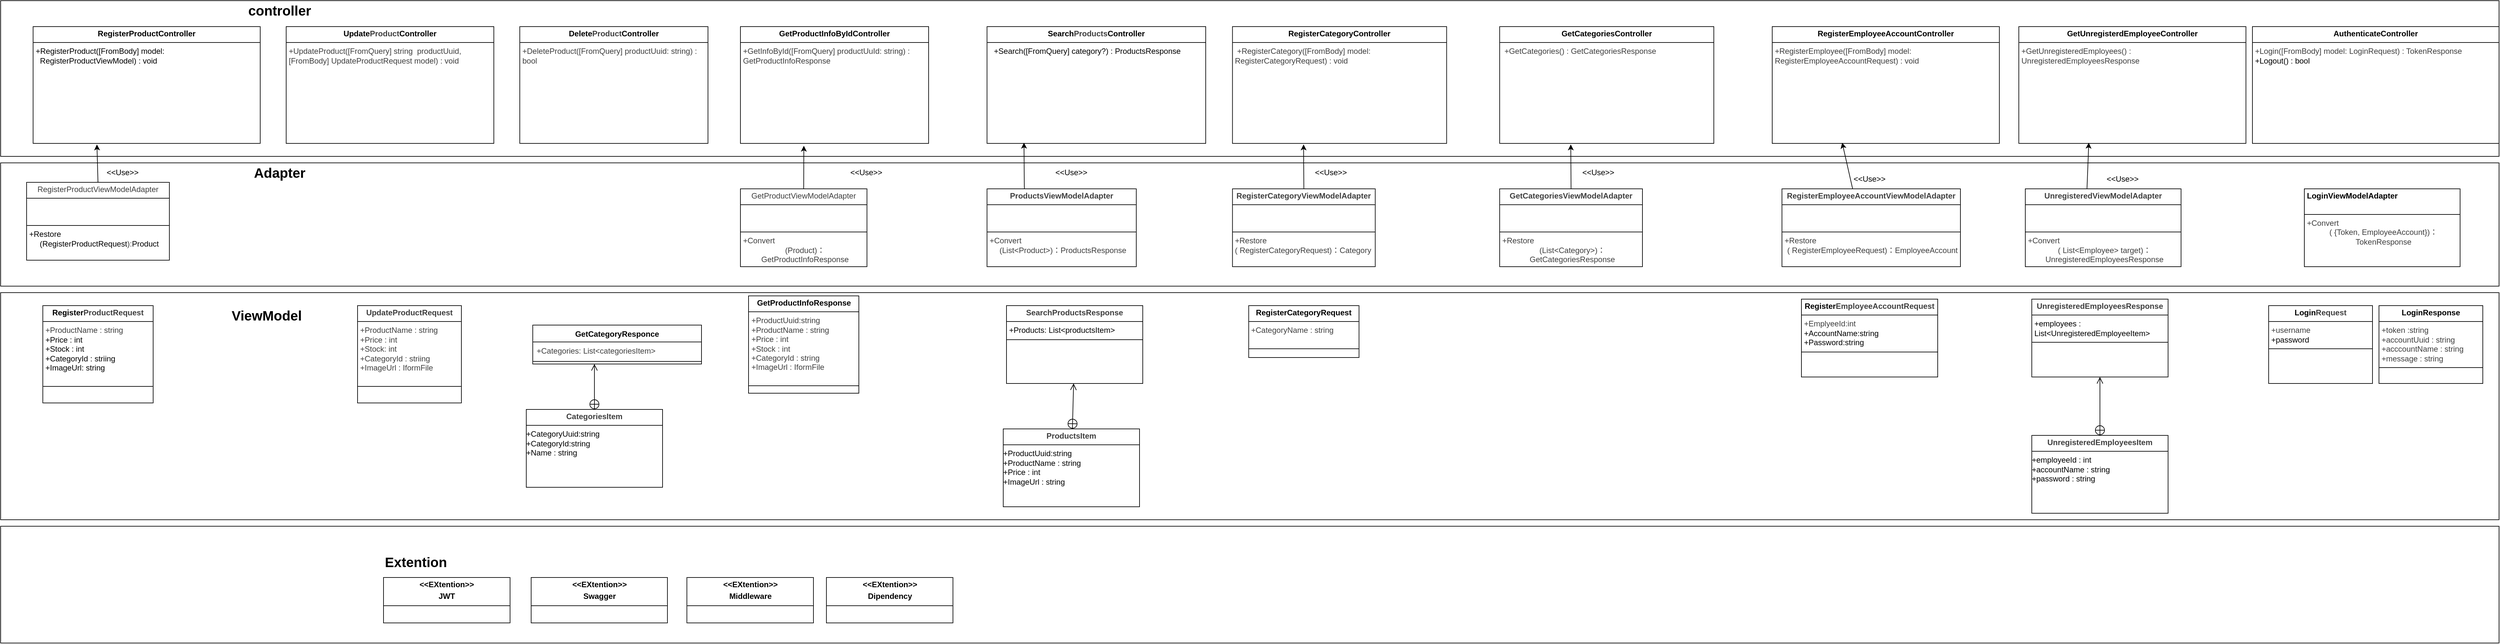
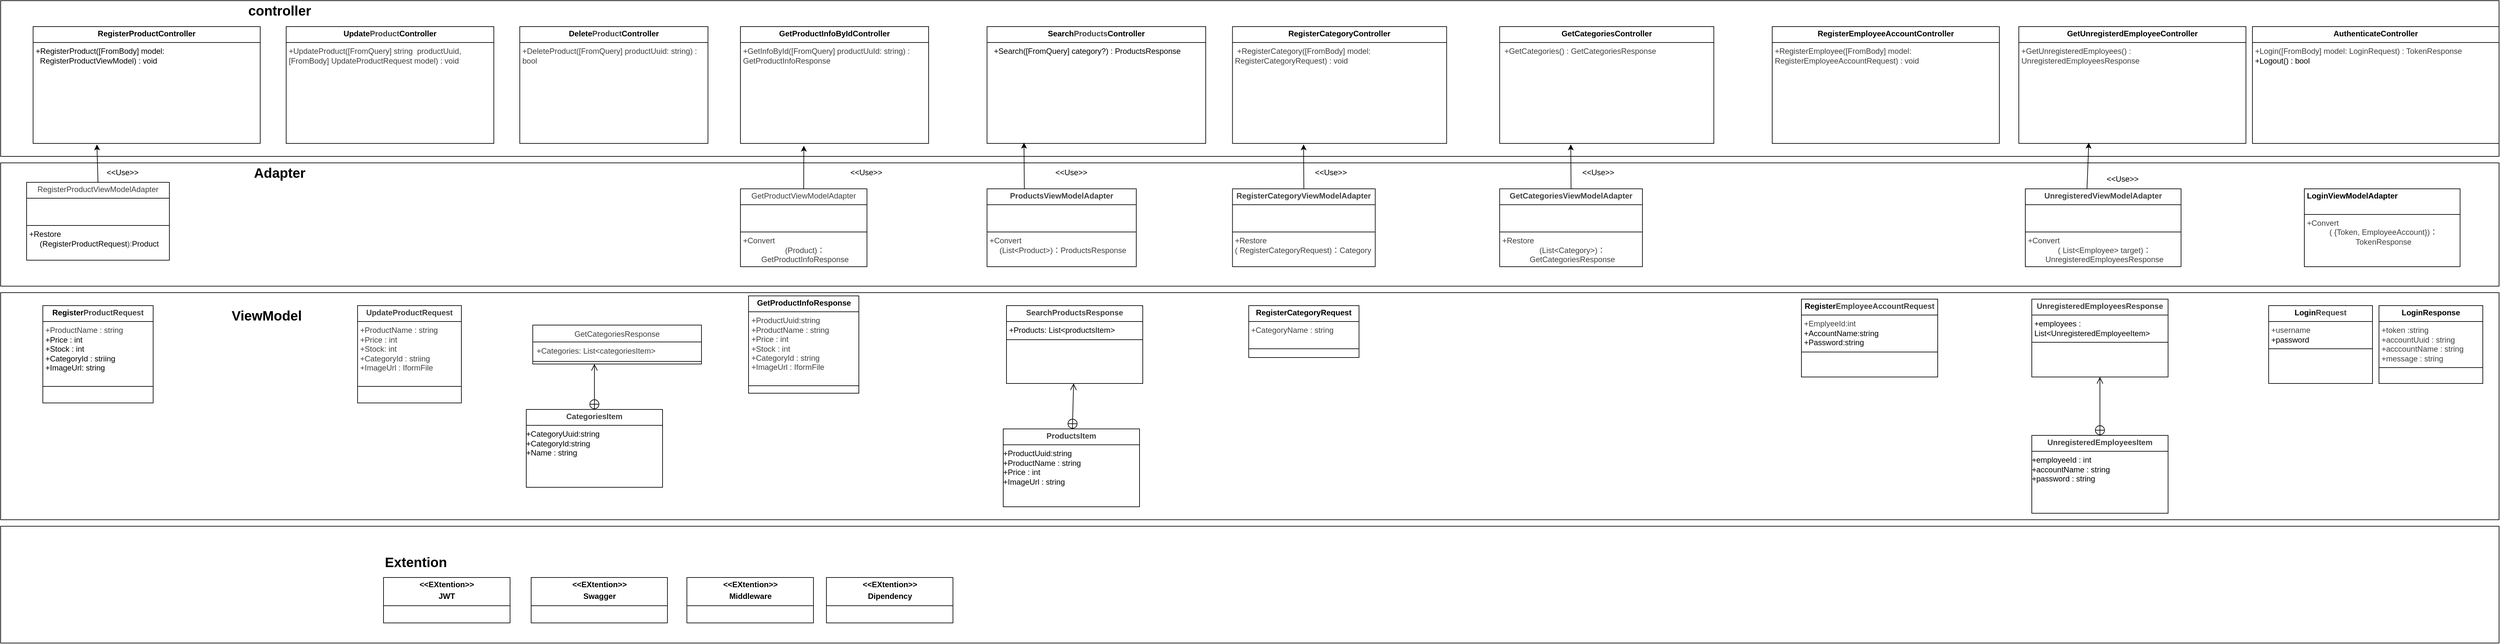
<mxfile host="65bd71144e">
    <diagram id="EApjV0AEF5bl3lN2ML2e" name="ページ1">
-         <mxGraphModel dx="2854" dy="794" grid="1" gridSize="10" guides="1" tooltips="1" connect="1" arrows="1" fold="1" page="1" pageScale="1" pageWidth="827" pageHeight="1169" math="0" shadow="0">
+         <mxGraphModel dx="2046" dy="498" grid="1" gridSize="10" guides="1" tooltips="1" connect="1" arrows="1" fold="1" page="1" pageScale="1" pageWidth="827" pageHeight="1169" math="0" shadow="0">
            <root>
                <mxCell id="0"/>
                <mxCell id="1" parent="0"/>
                <mxCell id="115" value="" style="rounded=0;whiteSpace=wrap;html=1;" parent="1" vertex="1">
                    <mxGeometry x="-1030" y="1640" width="3850" height="180" as="geometry"/>
                </mxCell>
                <mxCell id="110" value="" style="rounded=0;whiteSpace=wrap;html=1;" parent="1" vertex="1">
                    <mxGeometry x="-1030" y="1280" width="3850" height="350" as="geometry"/>
                </mxCell>
                <mxCell id="108" value="" style="rounded=0;whiteSpace=wrap;html=1;" parent="1" vertex="1">
                    <mxGeometry x="-1030" y="830" width="3850" height="240" as="geometry"/>
                </mxCell>
                <mxCell id="66" value="" style="rounded=0;whiteSpace=wrap;html=1;" parent="1" vertex="1">
                    <mxGeometry x="-1030" y="1080" width="3850" height="190" as="geometry"/>
                </mxCell>
                <mxCell id="2" value="&lt;p style=&quot;margin:0px;margin-top:4px;text-align:center;&quot;&gt;&lt;b&gt;RegisterProductController&lt;/b&gt;&lt;/p&gt;&lt;hr size=&quot;1&quot; style=&quot;border-style:solid;&quot;&gt;&lt;p style=&quot;margin:0px;margin-left:4px;&quot;&gt;+RegisterProduct([FromBody] model:&amp;nbsp; &amp;nbsp;&amp;nbsp;&lt;/p&gt;&lt;p style=&quot;margin:0px;margin-left:4px;&quot;&gt;&amp;nbsp; RegisterProductViewModel) : void&lt;/p&gt;&lt;div&gt;&lt;br&gt;&lt;/div&gt;" style="verticalAlign=top;align=left;overflow=fill;html=1;whiteSpace=wrap;" parent="1" vertex="1">
                    <mxGeometry x="-980" y="870" width="350" height="180" as="geometry"/>
                </mxCell>
                <mxCell id="3" value="&lt;p style=&quot;margin:0px;margin-top:4px;text-align:center;&quot;&gt;&lt;b&gt;Register&lt;span style=&quot;color: rgb(63, 63, 63);&quot;&gt;ProductRequest&lt;/span&gt;&lt;/b&gt;&lt;/p&gt;&lt;hr size=&quot;1&quot; style=&quot;border-style:solid;&quot;&gt;&lt;p style=&quot;margin:0px;margin-left:4px;&quot;&gt;&lt;span style=&quot;color: rgb(63, 63, 63); background-color: transparent;&quot;&gt;+ProductName : string&lt;/span&gt;&lt;/p&gt;&lt;p style=&quot;margin:0px;margin-left:4px;&quot;&gt;+Price : int&lt;/p&gt;&lt;p style=&quot;margin:0px;margin-left:4px;&quot;&gt;+Stock : int&lt;/p&gt;&lt;p style=&quot;margin:0px;margin-left:4px;&quot;&gt;+CategoryId : striing&lt;/p&gt;&lt;p style=&quot;margin:0px;margin-left:4px;&quot;&gt;+ImageUrl: string&lt;/p&gt;&lt;p style=&quot;margin:0px;margin-left:4px;&quot;&gt;&lt;br&gt;&lt;/p&gt;&lt;hr size=&quot;1&quot; style=&quot;border-style:solid;&quot;&gt;&lt;p style=&quot;margin:0px;margin-left:4px;&quot;&gt;&lt;br&gt;&lt;/p&gt;" style="verticalAlign=top;align=left;overflow=fill;html=1;whiteSpace=wrap;" parent="1" vertex="1">
                    <mxGeometry x="-965" y="1300" width="170" height="150" as="geometry"/>
                </mxCell>
                <mxCell id="4" value="&lt;p style=&quot;margin:0px;margin-top:4px;text-align:center;&quot;&gt;&lt;span style=&quot;color: rgb(63, 63, 63); background-color: transparent;&quot;&gt;Register&lt;span style=&quot;color: rgb(63, 63, 63); scrollbar-color: rgb(226, 226, 226) rgb(251, 251, 251);&quot;&gt;Product&lt;/span&gt;ViewModelAdapter&lt;/span&gt;&lt;/p&gt;&lt;hr size=&quot;1&quot; style=&quot;border-style:solid;&quot;&gt;&lt;p style=&quot;margin:0px;margin-left:4px;&quot;&gt;&lt;br&gt;&lt;/p&gt;&lt;p style=&quot;margin:0px;margin-left:4px;&quot;&gt;&lt;br&gt;&lt;/p&gt;&lt;hr size=&quot;1&quot; style=&quot;border-style:solid;&quot;&gt;&lt;p style=&quot;margin:0px;margin-left:4px;&quot;&gt;+Restore&lt;/p&gt;&lt;p style=&quot;text-align: center; margin: 0px 0px 0px 4px;&quot;&gt;&lt;span style=&quot;background-color: transparent;&quot;&gt;(RegisterProductRequest&lt;/span&gt;&lt;span style=&quot;background-color: transparent; color: rgb(63, 63, 63);&quot;&gt;):&lt;/span&gt;&lt;span style=&quot;background-color: transparent;&quot;&gt;Product&lt;/span&gt;&lt;/p&gt;" style="verticalAlign=top;align=left;overflow=fill;html=1;whiteSpace=wrap;" parent="1" vertex="1">
                    <mxGeometry x="-990" y="1110" width="220" height="120" as="geometry"/>
                </mxCell>
                <mxCell id="5" value="&lt;p style=&quot;margin:0px;margin-top:4px;text-align:center;&quot;&gt;&lt;b&gt;Update&lt;/b&gt;&lt;b style=&quot;color: rgb(63, 63, 63); scrollbar-color: rgb(226, 226, 226) rgb(251, 251, 251);&quot;&gt;Product&lt;/b&gt;&lt;b&gt;Controller&lt;/b&gt;&lt;/p&gt;&lt;hr size=&quot;1&quot; style=&quot;border-style:solid;&quot;&gt;&lt;p style=&quot;margin:0px;margin-left:4px;&quot;&gt;&lt;/p&gt;&lt;p style=&quot;margin:0px;margin-left:4px;&quot;&gt;&lt;span style=&quot;color: rgb(63, 63, 63); background-color: transparent;&quot;&gt;+UpdateProduct([FromQuery] string&amp;nbsp; productUuid,&amp;nbsp; [FromBody] UpdateProductRequest model) : void&lt;/span&gt;&lt;/p&gt;" style="verticalAlign=top;align=left;overflow=fill;html=1;whiteSpace=wrap;" parent="1" vertex="1">
                    <mxGeometry x="-590" y="870" width="320" height="180" as="geometry"/>
                </mxCell>
                <mxCell id="6" value="&lt;p style=&quot;margin:0px;margin-top:4px;text-align:center;&quot;&gt;&lt;b&gt;Delete&lt;/b&gt;&lt;b style=&quot;color: rgb(63, 63, 63); scrollbar-color: rgb(226, 226, 226) rgb(251, 251, 251);&quot;&gt;Product&lt;/b&gt;&lt;b&gt;Controller&lt;/b&gt;&lt;/p&gt;&lt;hr size=&quot;1&quot; style=&quot;border-style:solid;&quot;&gt;&lt;p style=&quot;color: rgb(63, 63, 63); scrollbar-color: rgb(226, 226, 226) rgb(251, 251, 251); margin: 0px 0px 0px 4px;&quot;&gt;&lt;span style=&quot;background-color: transparent;&quot;&gt;+DeleteProduct([FromQuery] productUuid: string) : bool&lt;/span&gt;&lt;/p&gt;" style="verticalAlign=top;align=left;overflow=fill;html=1;whiteSpace=wrap;" parent="1" vertex="1">
                    <mxGeometry x="-230" y="870" width="290" height="180" as="geometry"/>
                </mxCell>
                <mxCell id="7" value="&lt;p style=&quot;margin:0px;margin-top:4px;text-align:center;&quot;&gt;&lt;b&gt;Search&lt;/b&gt;&lt;b style=&quot;color: rgb(63, 63, 63); scrollbar-color: rgb(226, 226, 226) rgb(251, 251, 251);&quot;&gt;Products&lt;/b&gt;&lt;b&gt;Controller&lt;/b&gt;&lt;/p&gt;&lt;hr size=&quot;1&quot; style=&quot;border-style:solid;&quot;&gt;&lt;p style=&quot;margin:0px;margin-left:4px;&quot;&gt;&amp;nbsp; +Search([FromQuery] category?) : ProductsResponse&lt;/p&gt;" style="verticalAlign=top;align=left;overflow=fill;html=1;whiteSpace=wrap;" parent="1" vertex="1">
                    <mxGeometry x="490" y="870" width="337" height="180" as="geometry"/>
                </mxCell>
                <mxCell id="8" value="&lt;p style=&quot;margin:0px;margin-top:4px;text-align:center;&quot;&gt;&lt;b&gt;RegisterEmployeeAccountController&lt;/b&gt;&lt;/p&gt;&lt;hr size=&quot;1&quot; style=&quot;border-style:solid;&quot;&gt;&lt;p style=&quot;margin:0px;margin-left:4px;&quot;&gt;&lt;span style=&quot;color: rgb(63, 63, 63); background-color: transparent;&quot;&gt;+RegisterEmployee([FromBody] model: RegisterEmployeeAccountRequest) : void&lt;/span&gt;&lt;/p&gt;&lt;div&gt;&lt;br&gt;&lt;/div&gt;" style="verticalAlign=top;align=left;overflow=fill;html=1;whiteSpace=wrap;" parent="1" vertex="1">
                    <mxGeometry x="1700" y="870" width="350" height="180" as="geometry"/>
                </mxCell>
                <mxCell id="9" value="&lt;p style=&quot;margin:0px;margin-top:4px;text-align:center;&quot;&gt;&lt;b&gt;AuthenticateController&lt;/b&gt;&lt;/p&gt;&lt;hr size=&quot;1&quot; style=&quot;border-style:solid;&quot;&gt;&lt;p style=&quot;margin:0px;margin-left:4px;&quot;&gt;&lt;span style=&quot;color: rgb(63, 63, 63); background-color: transparent;&quot;&gt;+Login([FromBody] model: LoginRequest) : TokenResponse&amp;nbsp;&lt;/span&gt;&lt;/p&gt;&lt;p style=&quot;margin:0px;margin-left:4px;&quot;&gt;+Logout() : bool&lt;/p&gt;" style="verticalAlign=top;align=left;overflow=fill;html=1;whiteSpace=wrap;" parent="1" vertex="1">
                    <mxGeometry x="2440" y="870" width="380" height="180" as="geometry"/>
                </mxCell>
                <mxCell id="10" value="&lt;p style=&quot;margin:0px;margin-top:4px;text-align:center;&quot;&gt;&lt;b&gt;&lt;span style=&quot;background-color: transparent; color: rgb(63, 63, 63); scrollbar-color: rgb(226, 226, 226) rgb(251, 251, 251);&quot;&gt;Update&lt;/span&gt;&lt;span style=&quot;color: rgb(63, 63, 63);&quot;&gt;ProductRequest&lt;/span&gt;&lt;/b&gt;&lt;/p&gt;&lt;hr size=&quot;1&quot; style=&quot;border-style:solid;&quot;&gt;&lt;p style=&quot;color: rgb(63, 63, 63); scrollbar-color: rgb(226, 226, 226) rgb(251, 251, 251); margin: 0px 0px 0px 4px;&quot;&gt;&lt;span style=&quot;scrollbar-color: rgb(226, 226, 226) rgb(251, 251, 251); background-color: transparent; color: rgb(63, 63, 63);&quot;&gt;+ProductName : string&lt;/span&gt;&lt;/p&gt;&lt;p style=&quot;color: rgb(63, 63, 63); scrollbar-color: rgb(226, 226, 226) rgb(251, 251, 251); margin: 0px 0px 0px 4px;&quot;&gt;+Price : int&lt;/p&gt;&lt;p style=&quot;color: rgb(63, 63, 63); scrollbar-color: rgb(226, 226, 226) rgb(251, 251, 251); margin: 0px 0px 0px 4px;&quot;&gt;+Stock: int&lt;/p&gt;&lt;p style=&quot;color: rgb(63, 63, 63); scrollbar-color: rgb(226, 226, 226) rgb(251, 251, 251); margin: 0px 0px 0px 4px;&quot;&gt;+CategoryId : striing&lt;/p&gt;&lt;p style=&quot;color: rgb(63, 63, 63); scrollbar-color: rgb(226, 226, 226) rgb(251, 251, 251); margin: 0px 0px 0px 4px;&quot;&gt;+ImageUrl : IformFile&lt;/p&gt;&lt;p style=&quot;color: rgb(63, 63, 63); scrollbar-color: rgb(226, 226, 226) rgb(251, 251, 251); margin: 0px 0px 0px 4px;&quot;&gt;&lt;br style=&quot;color: rgb(63, 63, 63); scrollbar-color: rgb(226, 226, 226) rgb(251, 251, 251);&quot;&gt;&lt;/p&gt;&lt;hr size=&quot;1&quot; style=&quot;border-style:solid;&quot;&gt;&lt;p style=&quot;margin:0px;margin-left:4px;&quot;&gt;&lt;br&gt;&lt;/p&gt;" style="verticalAlign=top;align=left;overflow=fill;html=1;whiteSpace=wrap;" parent="1" vertex="1">
                    <mxGeometry x="-480" y="1300" width="160" height="150" as="geometry"/>
                </mxCell>
                <mxCell id="12" value="&lt;p style=&quot;margin:0px;margin-top:4px;text-align:center;&quot;&gt;&lt;b&gt;Register&lt;/b&gt;&lt;b style=&quot;scrollbar-color: rgb(226, 226, 226) rgb(251, 251, 251); background-color: transparent; color: rgb(63, 63, 63);&quot;&gt;EmployeeAccountRequest&lt;/b&gt;&lt;/p&gt;&lt;hr size=&quot;1&quot; style=&quot;border-style:solid;&quot;&gt;&lt;p style=&quot;margin:0px;margin-left:4px;&quot;&gt;&lt;span style=&quot;color: rgb(63, 63, 63); background-color: transparent;&quot;&gt;+EmplyeeId:int&lt;/span&gt;&lt;/p&gt;&lt;p style=&quot;margin:0px;margin-left:4px;&quot;&gt;+AccountName:string&lt;/p&gt;&lt;p style=&quot;margin:0px;margin-left:4px;&quot;&gt;+Password:string&lt;/p&gt;&lt;hr size=&quot;1&quot; style=&quot;border-style:solid;&quot;&gt;&lt;p style=&quot;margin:0px;margin-left:4px;&quot;&gt;&lt;br&gt;&lt;/p&gt;" style="verticalAlign=top;align=left;overflow=fill;html=1;whiteSpace=wrap;" parent="1" vertex="1">
                    <mxGeometry x="1745" y="1290" width="210" height="120" as="geometry"/>
                </mxCell>
-                 <mxCell id="13" value="&lt;p style=&quot;margin:0px;margin-top:4px;text-align:center;&quot;&gt;&lt;b style=&quot;color: rgb(63, 63, 63); background-color: transparent;&quot;&gt;Register&lt;span style=&quot;color: rgb(63, 63, 63);&quot;&gt;EmployeeAccount&lt;/span&gt;ViewModelAdapter&lt;/b&gt;&lt;/p&gt;&lt;hr size=&quot;1&quot; style=&quot;border-style:solid;&quot;&gt;&lt;p style=&quot;margin:0px;margin-left:4px;&quot;&gt;&lt;br&gt;&lt;/p&gt;&lt;p style=&quot;margin:0px;margin-left:4px;&quot;&gt;&lt;br&gt;&lt;/p&gt;&lt;hr size=&quot;1&quot; style=&quot;border-style:solid;&quot;&gt;&lt;p style=&quot;margin:0px;margin-left:4px;&quot;&gt;&lt;span style=&quot;color: rgb(63, 63, 63); scrollbar-color: rgb(226, 226, 226) rgb(251, 251, 251); background-color: transparent;&quot;&gt;+Restore&lt;/span&gt;&lt;/p&gt;&lt;p style=&quot;text-align: center; margin: 0px 0px 0px 4px;&quot;&gt;&lt;span style=&quot;color: rgb(63, 63, 63); scrollbar-color: rgb(226, 226, 226) rgb(251, 251, 251); background-color: transparent;&quot;&gt;(&lt;/span&gt;&lt;span style=&quot;scrollbar-color: rgb(226, 226, 226) rgb(251, 251, 251); background-color: transparent; text-align: center; color: rgb(63, 63, 63);&quot;&gt;&amp;nbsp;RegisterEmployeeRequest&lt;/span&gt;&lt;span style=&quot;background-color: transparent; scrollbar-color: rgb(226, 226, 226) rgb(251, 251, 251); color: rgb(63, 63, 63);&quot;&gt;)&lt;/span&gt;&lt;span style=&quot;background-color: transparent; color: rgb(63, 63, 63);&quot;&gt;：EmployeeAccount&lt;/span&gt;&lt;/p&gt;" style="verticalAlign=top;align=left;overflow=fill;html=1;whiteSpace=wrap;" parent="1" vertex="1">
-                     <mxGeometry x="1715" y="1120" width="275" height="120" as="geometry"/>
-                 </mxCell>
                <mxCell id="16" value="&lt;p style=&quot;margin:0px;margin-top:4px;text-align:center;&quot;&gt;&lt;b&gt;Login&lt;span style=&quot;color: rgb(63, 63, 63);&quot;&gt;Request&lt;/span&gt;&lt;/b&gt;&lt;/p&gt;&lt;hr size=&quot;1&quot; style=&quot;border-style:solid;&quot;&gt;&lt;p style=&quot;margin:0px;margin-left:4px;&quot;&gt;&lt;span style=&quot;color: rgb(63, 63, 63); background-color: transparent;&quot;&gt;+username&lt;/span&gt;&lt;/p&gt;&lt;p style=&quot;margin:0px;margin-left:4px;&quot;&gt;+password&lt;/p&gt;&lt;hr size=&quot;1&quot; style=&quot;border-style:solid;&quot;&gt;&lt;p style=&quot;margin:0px;margin-left:4px;&quot;&gt;&lt;br&gt;&lt;/p&gt;" style="verticalAlign=top;align=left;overflow=fill;html=1;whiteSpace=wrap;" parent="1" vertex="1">
                    <mxGeometry x="2465" y="1300" width="160" height="120" as="geometry"/>
                </mxCell>
                <mxCell id="17" value="&lt;p style=&quot;margin:0px;margin-top:4px;text-align:center;&quot;&gt;&lt;b&gt;LoginResponse&lt;/b&gt;&lt;/p&gt;&lt;hr size=&quot;1&quot; style=&quot;border-style:solid;&quot;&gt;&lt;p style=&quot;margin:0px;margin-left:4px;&quot;&gt;&lt;span style=&quot;color: rgb(63, 63, 63); background-color: transparent;&quot;&gt;+token :string&lt;/span&gt;&lt;/p&gt;&lt;p style=&quot;margin:0px;margin-left:4px;&quot;&gt;&lt;span style=&quot;color: rgb(63, 63, 63); background-color: transparent;&quot;&gt;+accountUuid : string&lt;/span&gt;&lt;/p&gt;&lt;p style=&quot;margin:0px;margin-left:4px;&quot;&gt;&lt;span style=&quot;color: rgb(63, 63, 63); background-color: transparent;&quot;&gt;+acccountName : string&lt;/span&gt;&lt;/p&gt;&lt;p style=&quot;margin:0px;margin-left:4px;&quot;&gt;&lt;span style=&quot;color: rgb(63, 63, 63); background-color: transparent;&quot;&gt;+message : string&lt;/span&gt;&lt;/p&gt;&lt;hr size=&quot;1&quot; style=&quot;border-style:solid;&quot;&gt;&lt;p style=&quot;margin:0px;margin-left:4px;&quot;&gt;&lt;br&gt;&lt;/p&gt;" style="verticalAlign=top;align=left;overflow=fill;html=1;whiteSpace=wrap;" parent="1" vertex="1">
                    <mxGeometry x="2635" y="1300" width="160" height="120" as="geometry"/>
                </mxCell>
                <mxCell id="18" value="&lt;p style=&quot;margin:0px;margin-top:4px;text-align:center;&quot;&gt;&lt;b&gt;&amp;lt;&amp;lt;EXtention&amp;gt;&amp;gt;&lt;/b&gt;&lt;/p&gt;&lt;p style=&quot;margin:0px;margin-top:4px;text-align:center;&quot;&gt;&lt;b&gt;JWT&lt;/b&gt;&lt;/p&gt;&lt;hr size=&quot;1&quot; style=&quot;border-style:solid;&quot;&gt;&lt;p style=&quot;margin:0px;margin-left:4px;&quot;&gt;&lt;br&gt;&lt;/p&gt;&lt;p style=&quot;margin:0px;margin-left:4px;&quot;&gt;&lt;br&gt;&lt;/p&gt;&lt;hr size=&quot;1&quot; style=&quot;border-style:solid;&quot;&gt;&lt;p style=&quot;margin:0px;margin-left:4px;&quot;&gt;&lt;br&gt;&lt;/p&gt;&lt;p style=&quot;margin:0px;margin-left:4px;&quot;&gt;&lt;br&gt;&lt;/p&gt;" style="verticalAlign=top;align=left;overflow=fill;html=1;whiteSpace=wrap;" parent="1" vertex="1">
                    <mxGeometry x="-440" y="1719" width="195" height="70" as="geometry"/>
                </mxCell>
                <mxCell id="19" value="&lt;p style=&quot;margin:0px;margin-top:4px;text-align:center;&quot;&gt;&lt;b&gt;&amp;lt;&amp;lt;EXtention&amp;gt;&amp;gt;&lt;/b&gt;&lt;/p&gt;&lt;p style=&quot;margin:0px;margin-top:4px;text-align:center;&quot;&gt;&lt;b&gt;Swagger&lt;/b&gt;&lt;/p&gt;&lt;hr size=&quot;1&quot; style=&quot;border-style:solid;&quot;&gt;&lt;p style=&quot;margin:0px;margin-left:4px;&quot;&gt;&lt;br&gt;&lt;/p&gt;&lt;p style=&quot;margin:0px;margin-left:4px;&quot;&gt;&lt;br&gt;&lt;/p&gt;&lt;hr size=&quot;1&quot; style=&quot;border-style:solid;&quot;&gt;&lt;p style=&quot;margin:0px;margin-left:4px;&quot;&gt;&lt;br&gt;&lt;/p&gt;" style="verticalAlign=top;align=left;overflow=fill;html=1;whiteSpace=wrap;" parent="1" vertex="1">
                    <mxGeometry x="-212.5" y="1719" width="210" height="70" as="geometry"/>
                </mxCell>
                <mxCell id="20" value="&lt;p style=&quot;margin:0px;margin-top:4px;text-align:center;&quot;&gt;&lt;b&gt;&amp;lt;&amp;lt;EXtention&amp;gt;&amp;gt;&lt;/b&gt;&lt;/p&gt;&lt;p style=&quot;margin:0px;margin-top:4px;text-align:center;&quot;&gt;&lt;b&gt;Middleware&lt;/b&gt;&lt;/p&gt;&lt;hr size=&quot;1&quot; style=&quot;border-style:solid;&quot;&gt;&lt;p style=&quot;margin:0px;margin-left:4px;&quot;&gt;&lt;br&gt;&lt;/p&gt;&lt;hr size=&quot;1&quot; style=&quot;border-style:solid;&quot;&gt;&lt;p style=&quot;margin:0px;margin-left:4px;&quot;&gt;&lt;br&gt;&lt;/p&gt;" style="verticalAlign=top;align=left;overflow=fill;html=1;whiteSpace=wrap;" parent="1" vertex="1">
                    <mxGeometry x="27.5" y="1719" width="195" height="70" as="geometry"/>
                </mxCell>
                <mxCell id="21" value="&lt;p style=&quot;margin:0px;margin-top:4px;text-align:center;&quot;&gt;&lt;b&gt;&amp;lt;&amp;lt;EXtention&amp;gt;&amp;gt;&lt;/b&gt;&lt;/p&gt;&lt;p style=&quot;margin:0px;margin-top:4px;text-align:center;&quot;&gt;&lt;b&gt;Dipendency&lt;/b&gt;&lt;/p&gt;&lt;hr size=&quot;1&quot; style=&quot;border-style:solid;&quot;&gt;&lt;p style=&quot;margin:0px;margin-left:4px;&quot;&gt;&lt;br&gt;&lt;/p&gt;&lt;hr size=&quot;1&quot; style=&quot;border-style:solid;&quot;&gt;&lt;p style=&quot;margin:0px;margin-left:4px;&quot;&gt;&lt;br&gt;&lt;/p&gt;&lt;p style=&quot;margin:0px;margin-left:4px;&quot;&gt;&lt;br&gt;&lt;/p&gt;" style="verticalAlign=top;align=left;overflow=fill;html=1;whiteSpace=wrap;" parent="1" vertex="1">
                    <mxGeometry x="242.5" y="1719" width="195" height="70" as="geometry"/>
                </mxCell>
                <mxCell id="22" value="&lt;p style=&quot;margin:0px;margin-top:4px;text-align:center;&quot;&gt;&lt;b&gt;RegisterCategoryController&lt;/b&gt;&lt;/p&gt;&lt;hr size=&quot;1&quot; style=&quot;border-style:solid;&quot;&gt;&lt;p style=&quot;margin:0px;margin-left:4px;&quot;&gt;&lt;/p&gt;&lt;p style=&quot;margin:0px;margin-left:4px;&quot;&gt;&lt;span style=&quot;color: rgb(63, 63, 63); background-color: transparent;&quot;&gt;&amp;nbsp;+RegisterCategory([FromBody] model: RegisterCategoryRequest) : void&lt;/span&gt;&lt;/p&gt;" style="verticalAlign=top;align=left;overflow=fill;html=1;whiteSpace=wrap;" parent="1" vertex="1">
                    <mxGeometry x="868.25" y="870" width="330" height="180" as="geometry"/>
                </mxCell>
                <mxCell id="23" value="&lt;p style=&quot;margin:0px;margin-top:4px;text-align:center;&quot;&gt;&lt;b&gt;RegisterCategoryRequest&lt;/b&gt;&lt;/p&gt;&lt;hr size=&quot;1&quot; style=&quot;border-style:solid;&quot;&gt;&lt;p style=&quot;color: rgb(63, 63, 63); scrollbar-color: rgb(226, 226, 226) rgb(251, 251, 251); margin: 0px 0px 0px 4px;&quot;&gt;+CategoryName : string&lt;/p&gt;&lt;p style=&quot;margin:0px;margin-left:4px;&quot;&gt;&lt;br&gt;&lt;/p&gt;&lt;hr size=&quot;1&quot; style=&quot;border-style:solid;&quot;&gt;&lt;p style=&quot;margin:0px;margin-left:4px;&quot;&gt;&lt;br&gt;&lt;/p&gt;" style="verticalAlign=top;align=left;overflow=fill;html=1;whiteSpace=wrap;" parent="1" vertex="1">
                    <mxGeometry x="893.25" y="1300" width="170" height="80" as="geometry"/>
                </mxCell>
                <mxCell id="26" style="edgeStyle=none;html=1;exitX=0.5;exitY=0;exitDx=0;exitDy=0;entryX=0.281;entryY=1.009;entryDx=0;entryDy=0;entryPerimeter=0;" parent="1" source="4" target="2" edge="1">
                    <mxGeometry relative="1" as="geometry"/>
                </mxCell>
                <mxCell id="31" value="&lt;p style=&quot;margin:0px;margin-top:4px;text-align:center;&quot;&gt;&lt;b style=&quot;color: rgb(63, 63, 63); background-color: transparent;&quot;&gt;RegisterCategoryViewModelAdapter&lt;/b&gt;&lt;/p&gt;&lt;hr size=&quot;1&quot; style=&quot;border-style:solid;&quot;&gt;&lt;p style=&quot;margin:0px;margin-left:4px;&quot;&gt;&lt;br&gt;&lt;/p&gt;&lt;p style=&quot;margin:0px;margin-left:4px;&quot;&gt;&lt;br&gt;&lt;/p&gt;&lt;hr size=&quot;1&quot; style=&quot;border-style:solid;&quot;&gt;&lt;p style=&quot;margin:0px;margin-left:4px;&quot;&gt;&lt;span style=&quot;color: rgb(63, 63, 63); scrollbar-color: rgb(226, 226, 226) rgb(251, 251, 251); background-color: transparent;&quot;&gt;+Restore&lt;/span&gt;&lt;/p&gt;&lt;p style=&quot;margin:0px;margin-left:4px;&quot;&gt;&lt;span style=&quot;color: rgb(63, 63, 63); scrollbar-color: rgb(226, 226, 226) rgb(251, 251, 251); background-color: transparent;&quot;&gt;(&lt;/span&gt;&lt;span style=&quot;scrollbar-color: rgb(226, 226, 226) rgb(251, 251, 251); background-color: transparent; text-align: center; color: rgb(63, 63, 63);&quot;&gt;&amp;nbsp;RegisterCategoryRequest&lt;/span&gt;&lt;span style=&quot;background-color: transparent; scrollbar-color: rgb(226, 226, 226) rgb(251, 251, 251); color: rgb(63, 63, 63);&quot;&gt;)&lt;/span&gt;&lt;span style=&quot;background-color: transparent; color: rgb(63, 63, 63);&quot;&gt;：Category&lt;/span&gt;&lt;/p&gt;" style="verticalAlign=top;align=left;overflow=fill;html=1;whiteSpace=wrap;" parent="1" vertex="1">
                    <mxGeometry x="868.25" y="1120" width="220" height="120" as="geometry"/>
                </mxCell>
                <mxCell id="33" style="edgeStyle=none;html=1;exitX=0.5;exitY=0;exitDx=0;exitDy=0;entryX=0.332;entryY=1.009;entryDx=0;entryDy=0;entryPerimeter=0;" parent="1" source="31" target="22" edge="1">
                    <mxGeometry relative="1" as="geometry"/>
-                 </mxCell>
-                 <mxCell id="34" style="edgeStyle=none;html=1;exitX=0.396;exitY=0;exitDx=0;exitDy=0;entryX=0.308;entryY=0.994;entryDx=0;entryDy=0;entryPerimeter=0;exitPerimeter=0;" parent="1" source="13" target="8" edge="1">
-                     <mxGeometry relative="1" as="geometry"/>
-                 </mxCell>
-                 <mxCell id="38" value="&amp;lt;&amp;lt;Use&amp;gt;&amp;gt;" style="text;html=1;align=center;verticalAlign=middle;whiteSpace=wrap;rounded=0;" parent="1" vertex="1">
-                     <mxGeometry x="1820" y="1090" width="60" height="30" as="geometry"/>
                </mxCell>
                <mxCell id="39" value="&amp;lt;&amp;lt;Use&amp;gt;&amp;gt;" style="text;html=1;align=center;verticalAlign=middle;whiteSpace=wrap;rounded=0;" parent="1" vertex="1">
                    <mxGeometry x="990" y="1080" width="60" height="30" as="geometry"/>
                </mxCell>
                <mxCell id="42" value="&amp;lt;&amp;lt;Use&amp;gt;&amp;gt;" style="text;html=1;align=center;verticalAlign=middle;whiteSpace=wrap;rounded=0;" parent="1" vertex="1">
                    <mxGeometry x="-871.75" y="1080" width="60" height="30" as="geometry"/>
                </mxCell>
                <mxCell id="47" value="controller" style="text;html=1;align=center;verticalAlign=middle;whiteSpace=wrap;rounded=0;fontStyle=1;fontSize=21;" parent="1" vertex="1">
                    <mxGeometry x="-630" y="830" width="60" height="30" as="geometry"/>
                </mxCell>
                <mxCell id="64" value="Adapter" style="text;html=1;align=center;verticalAlign=middle;whiteSpace=wrap;rounded=0;fontStyle=1;fontSize=21;" parent="1" vertex="1">
                    <mxGeometry x="-630" y="1080" width="60" height="30" as="geometry"/>
                </mxCell>
                <mxCell id="67" value="ViewModel" style="text;html=1;align=center;verticalAlign=middle;whiteSpace=wrap;rounded=0;fontStyle=1;fontSize=21;" parent="1" vertex="1">
                    <mxGeometry x="-650" y="1300" width="60" height="30" as="geometry"/>
                </mxCell>
                <mxCell id="68" value="Extention" style="text;html=1;align=center;verticalAlign=middle;whiteSpace=wrap;rounded=0;fontStyle=1;fontSize=21;" parent="1" vertex="1">
                    <mxGeometry x="-420" y="1680" width="60" height="30" as="geometry"/>
                </mxCell>
                <mxCell id="80" value="&lt;p style=&quot;margin:0px;margin-top:4px;text-align:center;&quot;&gt;&lt;span style=&quot;color: rgb(63, 63, 63); background-color: transparent;&quot;&gt;&lt;b&gt;&lt;span style=&quot;color: rgb(63, 63, 63);&quot;&gt;Products&lt;/span&gt;ViewModelAdapter&lt;/b&gt;&lt;/span&gt;&lt;/p&gt;&lt;hr size=&quot;1&quot; style=&quot;border-style:solid;&quot;&gt;&lt;p style=&quot;margin:0px;margin-left:4px;&quot;&gt;&lt;br&gt;&lt;/p&gt;&lt;p style=&quot;margin:0px;margin-left:4px;&quot;&gt;&lt;br&gt;&lt;/p&gt;&lt;hr size=&quot;1&quot; style=&quot;border-style:solid;&quot;&gt;&lt;p style=&quot;margin:0px;margin-left:4px;&quot;&gt;&lt;span style=&quot;color: rgb(63, 63, 63); scrollbar-color: rgb(226, 226, 226) rgb(251, 251, 251); background-color: transparent;&quot;&gt;+Convert&lt;/span&gt;&lt;/p&gt;&lt;p style=&quot;text-align: center; margin: 0px 0px 0px 4px;&quot;&gt;&lt;span style=&quot;color: rgb(63, 63, 63); scrollbar-color: rgb(226, 226, 226) rgb(251, 251, 251); background-color: transparent;&quot;&gt;(List&amp;lt;Product&amp;gt;&lt;/span&gt;&lt;span style=&quot;background-color: transparent; scrollbar-color: rgb(226, 226, 226) rgb(251, 251, 251); color: rgb(63, 63, 63);&quot;&gt;)&lt;/span&gt;&lt;span style=&quot;background-color: transparent; color: rgb(63, 63, 63);&quot;&gt;：&lt;/span&gt;&lt;span style=&quot;background-color: transparent; scrollbar-color: rgb(226, 226, 226) rgb(251, 251, 251); color: rgb(63, 63, 63);&quot;&gt;ProductsResponse&lt;/span&gt;&lt;/p&gt;" style="verticalAlign=top;align=left;overflow=fill;html=1;whiteSpace=wrap;" parent="1" vertex="1">
                    <mxGeometry x="490" y="1120" width="230" height="120" as="geometry"/>
                </mxCell>
                <mxCell id="81" value="&amp;lt;&amp;lt;Use&amp;gt;&amp;gt;" style="text;html=1;align=center;verticalAlign=middle;whiteSpace=wrap;rounded=0;" parent="1" vertex="1">
                    <mxGeometry x="590" y="1080" width="60" height="30" as="geometry"/>
                </mxCell>
                <mxCell id="82" style="edgeStyle=none;html=1;exitX=0.25;exitY=0;exitDx=0;exitDy=0;entryX=0.169;entryY=0.994;entryDx=0;entryDy=0;entryPerimeter=0;" parent="1" source="80" target="7" edge="1">
                    <mxGeometry relative="1" as="geometry"/>
                </mxCell>
                <mxCell id="84" value="&lt;p style=&quot;margin:0px;margin-top:4px;text-align:center;&quot;&gt;&lt;b&gt;GetUnregisterdEmployeeController&lt;/b&gt;&lt;/p&gt;&lt;hr size=&quot;1&quot; style=&quot;border-style:solid;&quot;&gt;&lt;p style=&quot;margin:0px;margin-left:4px;&quot;&gt;&lt;span style=&quot;color: rgb(63, 63, 63); background-color: transparent;&quot;&gt;+GetUnregisteredEmployees() : UnregisteredEmployeesResponse&lt;/span&gt;&lt;/p&gt;&lt;div&gt;&lt;br&gt;&lt;/div&gt;" style="verticalAlign=top;align=left;overflow=fill;html=1;whiteSpace=wrap;" parent="1" vertex="1">
                    <mxGeometry x="2080" y="870" width="350" height="180" as="geometry"/>
                </mxCell>
                <mxCell id="85" value="&lt;p style=&quot;margin:0px;margin-top:4px;text-align:center;&quot;&gt;&lt;b style=&quot;color: rgb(63, 63, 63); background-color: transparent;&quot;&gt;UnregisteredViewModelAdapter&lt;/b&gt;&lt;/p&gt;&lt;hr size=&quot;1&quot; style=&quot;border-style:solid;&quot;&gt;&lt;p style=&quot;margin:0px;margin-left:4px;&quot;&gt;&lt;br&gt;&lt;/p&gt;&lt;p style=&quot;margin:0px;margin-left:4px;&quot;&gt;&lt;br&gt;&lt;/p&gt;&lt;hr size=&quot;1&quot; style=&quot;border-style:solid;&quot;&gt;&lt;p style=&quot;margin:0px;margin-left:4px;&quot;&gt;&lt;span style=&quot;color: rgb(63, 63, 63); scrollbar-color: rgb(226, 226, 226) rgb(251, 251, 251); background-color: transparent;&quot;&gt;+Convert&lt;/span&gt;&lt;/p&gt;&lt;p style=&quot;text-align: center; margin: 0px 0px 0px 4px;&quot;&gt;&lt;span style=&quot;color: rgb(63, 63, 63); scrollbar-color: rgb(226, 226, 226) rgb(251, 251, 251); background-color: transparent;&quot;&gt;(&lt;/span&gt;&lt;span style=&quot;scrollbar-color: rgb(226, 226, 226) rgb(251, 251, 251); background-color: transparent; text-align: center; color: rgb(63, 63, 63);&quot;&gt;&amp;nbsp;List&amp;lt;Employee&amp;gt; target&lt;/span&gt;&lt;span style=&quot;background-color: transparent; scrollbar-color: rgb(226, 226, 226) rgb(251, 251, 251); color: rgb(63, 63, 63);&quot;&gt;)&lt;/span&gt;&lt;span style=&quot;background-color: transparent; color: rgb(63, 63, 63);&quot;&gt;：UnregisteredEmployeesResponse&lt;/span&gt;&lt;/p&gt;" style="verticalAlign=top;align=left;overflow=fill;html=1;whiteSpace=wrap;" parent="1" vertex="1">
                    <mxGeometry x="2090" y="1120" width="240" height="120" as="geometry"/>
                </mxCell>
                <mxCell id="86" style="edgeStyle=none;html=1;exitX=0.396;exitY=0;exitDx=0;exitDy=0;entryX=0.308;entryY=0.994;entryDx=0;entryDy=0;entryPerimeter=0;exitPerimeter=0;" parent="1" source="85" target="84" edge="1">
                    <mxGeometry relative="1" as="geometry"/>
                </mxCell>
                <mxCell id="87" value="&amp;lt;&amp;lt;Use&amp;gt;&amp;gt;" style="text;html=1;align=center;verticalAlign=middle;whiteSpace=wrap;rounded=0;" parent="1" vertex="1">
                    <mxGeometry x="2210" y="1090" width="60" height="30" as="geometry"/>
                </mxCell>
                <mxCell id="88" value="&lt;p style=&quot;margin:0px;margin-top:4px;text-align:center;&quot;&gt;&lt;b&gt;GetCategoriesController&lt;/b&gt;&lt;/p&gt;&lt;hr size=&quot;1&quot; style=&quot;border-style:solid;&quot;&gt;&lt;p style=&quot;margin:0px;margin-left:4px;&quot;&gt;&lt;span style=&quot;color: rgb(63, 63, 63); background-color: transparent;&quot;&gt;&amp;nbsp;+GetCategories() : GetCategoriesResponse&lt;/span&gt;&lt;/p&gt;" style="verticalAlign=top;align=left;overflow=fill;html=1;whiteSpace=wrap;" parent="1" vertex="1">
                    <mxGeometry x="1280" y="870" width="330" height="180" as="geometry"/>
                </mxCell>
                <mxCell id="89" value="&lt;p style=&quot;margin:0px;margin-top:4px;text-align:center;&quot;&gt;&lt;b style=&quot;color: rgb(63, 63, 63); background-color: transparent;&quot;&gt;GetCategoriesViewModelAdapter&lt;/b&gt;&lt;/p&gt;&lt;hr size=&quot;1&quot; style=&quot;border-style:solid;&quot;&gt;&lt;p style=&quot;margin:0px;margin-left:4px;&quot;&gt;&lt;br&gt;&lt;/p&gt;&lt;p style=&quot;margin:0px;margin-left:4px;&quot;&gt;&lt;br&gt;&lt;/p&gt;&lt;hr size=&quot;1&quot; style=&quot;border-style:solid;&quot;&gt;&lt;p style=&quot;margin:0px;margin-left:4px;&quot;&gt;&lt;span style=&quot;color: rgb(63, 63, 63); scrollbar-color: rgb(226, 226, 226) rgb(251, 251, 251); background-color: transparent;&quot;&gt;+&lt;/span&gt;&lt;span style=&quot;background-color: transparent; color: rgb(63, 63, 63);&quot;&gt;Restore&lt;/span&gt;&lt;/p&gt;&lt;p style=&quot;text-align: center; margin: 0px 0px 0px 4px;&quot;&gt;&lt;span style=&quot;color: rgb(63, 63, 63); scrollbar-color: rgb(226, 226, 226) rgb(251, 251, 251); background-color: transparent;&quot;&gt;(List&amp;lt;Category&amp;gt;&lt;/span&gt;&lt;span style=&quot;background-color: transparent; scrollbar-color: rgb(226, 226, 226) rgb(251, 251, 251); color: rgb(63, 63, 63);&quot;&gt;)&lt;/span&gt;&lt;span style=&quot;background-color: transparent; color: rgb(63, 63, 63);&quot;&gt;：GetCategoriesResponse&lt;/span&gt;&lt;/p&gt;" style="verticalAlign=top;align=left;overflow=fill;html=1;whiteSpace=wrap;" parent="1" vertex="1">
                    <mxGeometry x="1280" y="1120" width="220" height="120" as="geometry"/>
                </mxCell>
                <mxCell id="90" style="edgeStyle=none;html=1;exitX=0.5;exitY=0;exitDx=0;exitDy=0;entryX=0.332;entryY=1.009;entryDx=0;entryDy=0;entryPerimeter=0;" parent="1" source="89" target="88" edge="1">
                    <mxGeometry relative="1" as="geometry"/>
                </mxCell>
                <mxCell id="91" value="&amp;lt;&amp;lt;Use&amp;gt;&amp;gt;" style="text;html=1;align=center;verticalAlign=middle;whiteSpace=wrap;rounded=0;" parent="1" vertex="1">
                    <mxGeometry x="1401.75" y="1080" width="60" height="30" as="geometry"/>
                </mxCell>
                <mxCell id="92" style="edgeStyle=none;html=1;exitX=0.5;exitY=0;exitDx=0;exitDy=0;entryX=0.337;entryY=1.02;entryDx=0;entryDy=0;entryPerimeter=0;" parent="1" source="94" target="93" edge="1">
                    <mxGeometry relative="1" as="geometry"/>
                </mxCell>
                <mxCell id="93" value="&lt;p style=&quot;margin:0px;margin-top:4px;text-align:center;&quot;&gt;&lt;b&gt;GetProductInfoByIdController&lt;/b&gt;&lt;/p&gt;&lt;hr size=&quot;1&quot; style=&quot;border-style:solid;&quot;&gt;&lt;p style=&quot;color: rgb(63, 63, 63); scrollbar-color: rgb(226, 226, 226) rgb(251, 251, 251); margin: 0px 0px 0px 4px;&quot;&gt;&lt;span style=&quot;background-color: transparent;&quot;&gt;+GetInfoById([FromQuery] productUuId: string) : GetProductInfoResponse&lt;/span&gt;&lt;/p&gt;" style="verticalAlign=top;align=left;overflow=fill;html=1;whiteSpace=wrap;" parent="1" vertex="1">
                    <mxGeometry x="110" y="870" width="290" height="180" as="geometry"/>
                </mxCell>
                <mxCell id="94" value="&lt;p style=&quot;margin:0px;margin-top:4px;text-align:center;&quot;&gt;&lt;span style=&quot;color: rgb(63, 63, 63); background-color: transparent;&quot;&gt;&lt;span style=&quot;color: rgb(63, 63, 63);&quot;&gt;GetProduct&lt;/span&gt;ViewModelAdapter&lt;/span&gt;&lt;/p&gt;&lt;hr size=&quot;1&quot; style=&quot;border-style:solid;&quot;&gt;&lt;p style=&quot;margin:0px;margin-left:4px;&quot;&gt;&lt;br&gt;&lt;/p&gt;&lt;p style=&quot;margin:0px;margin-left:4px;&quot;&gt;&lt;br&gt;&lt;/p&gt;&lt;hr size=&quot;1&quot; style=&quot;border-style:solid;&quot;&gt;&lt;p style=&quot;margin:0px;margin-left:4px;&quot;&gt;&lt;span style=&quot;color: rgb(63, 63, 63); scrollbar-color: rgb(226, 226, 226) rgb(251, 251, 251); background-color: transparent;&quot;&gt;+Convert&lt;/span&gt;&lt;/p&gt;&lt;p style=&quot;text-align: center; margin: 0px 0px 0px 4px;&quot;&gt;&lt;span style=&quot;color: rgb(63, 63, 63); scrollbar-color: rgb(226, 226, 226) rgb(251, 251, 251); background-color: transparent;&quot;&gt;(Product&lt;/span&gt;&lt;span style=&quot;background-color: transparent; scrollbar-color: rgb(226, 226, 226) rgb(251, 251, 251); color: rgb(63, 63, 63);&quot;&gt;)&lt;/span&gt;&lt;span style=&quot;background-color: transparent; color: rgb(63, 63, 63);&quot;&gt;：GetProductInfoResponse&lt;/span&gt;&lt;/p&gt;" style="verticalAlign=top;align=left;overflow=fill;html=1;whiteSpace=wrap;" parent="1" vertex="1">
                    <mxGeometry x="110" y="1120" width="195" height="120" as="geometry"/>
                </mxCell>
                <mxCell id="95" value="&amp;lt;&amp;lt;Use&amp;gt;&amp;gt;" style="text;html=1;align=center;verticalAlign=middle;whiteSpace=wrap;rounded=0;" parent="1" vertex="1">
                    <mxGeometry x="273.75" y="1080" width="60" height="30" as="geometry"/>
                </mxCell>
                <mxCell id="98" value="&lt;p style=&quot;margin:0px;margin-top:4px;text-align:center;&quot;&gt;&lt;span style=&quot;color: rgb(63, 63, 63);&quot;&gt;&lt;b&gt;UnregisteredEmployeesResponse&lt;/b&gt;&lt;/span&gt;&lt;/p&gt;&lt;hr size=&quot;1&quot; style=&quot;border-style:solid;&quot;&gt;&lt;p style=&quot;margin:0px;margin-left:4px;&quot;&gt;+employees : List&amp;lt;UnregisteredEmployeeItem&amp;gt;&amp;nbsp;&lt;/p&gt;&lt;hr size=&quot;1&quot; style=&quot;border-style:solid;&quot;&gt;&lt;p style=&quot;margin:0px;margin-left:4px;&quot;&gt;&lt;br&gt;&lt;/p&gt;" style="verticalAlign=top;align=left;overflow=fill;html=1;whiteSpace=wrap;" parent="1" vertex="1">
                    <mxGeometry x="2100" y="1290" width="210" height="120" as="geometry"/>
                </mxCell>
                <mxCell id="99" value="&lt;p style=&quot;margin:0px;margin-top:4px;text-align:center;&quot;&gt;&lt;span style=&quot;color: rgb(63, 63, 63);&quot;&gt;&lt;b&gt;UnregisteredEmployeesItem&lt;/b&gt;&lt;/span&gt;&lt;/p&gt;&lt;hr size=&quot;1&quot; style=&quot;border-style:solid;&quot;&gt;&lt;p style=&quot;margin:0px;margin-left:4px;&quot;&gt;&lt;/p&gt;&lt;p style=&quot;margin:0px;margin-left:4px;&quot;&gt;&lt;/p&gt;+employeeId : int&amp;nbsp;&lt;div&gt;+accountName : string&amp;nbsp;&lt;/div&gt;&lt;div&gt;+password : string&lt;/div&gt;" style="verticalAlign=top;align=left;overflow=fill;html=1;whiteSpace=wrap;" parent="1" vertex="1">
                    <mxGeometry x="2100" y="1500" width="210" height="120" as="geometry"/>
                </mxCell>
                <mxCell id="101" value="&lt;p style=&quot;margin:0px;margin-top:4px;text-align:center;&quot;&gt;&lt;span style=&quot;color: rgb(63, 63, 63);&quot;&gt;&lt;b&gt;SearchProductsResponse&lt;/b&gt;&lt;/span&gt;&lt;/p&gt;&lt;hr size=&quot;1&quot; style=&quot;border-style:solid;&quot;&gt;&lt;p style=&quot;margin:0px;margin-left:4px;&quot;&gt;+Products: List&amp;lt;productsItem&amp;gt;&amp;nbsp;&lt;/p&gt;&lt;hr size=&quot;1&quot; style=&quot;border-style:solid;&quot;&gt;&lt;p style=&quot;margin:0px;margin-left:4px;&quot;&gt;&lt;br&gt;&lt;/p&gt;" style="verticalAlign=top;align=left;overflow=fill;html=1;whiteSpace=wrap;" parent="1" vertex="1">
                    <mxGeometry x="520" y="1300" width="210" height="120" as="geometry"/>
                </mxCell>
                <mxCell id="102" value="&lt;p style=&quot;margin:0px;margin-top:4px;text-align:center;&quot;&gt;&lt;span style=&quot;color: rgb(63, 63, 63);&quot;&gt;&lt;b&gt;ProductsItem&lt;/b&gt;&lt;/span&gt;&lt;/p&gt;&lt;hr size=&quot;1&quot; style=&quot;border-style:solid;&quot;&gt;&lt;p style=&quot;margin:0px;margin-left:4px;&quot;&gt;&lt;/p&gt;&lt;p style=&quot;margin:0px;margin-left:4px;&quot;&gt;&lt;/p&gt;+ProductUuid:string&lt;div&gt;+ProductName : string&amp;nbsp;&lt;/div&gt;&lt;div&gt;+Price : int&lt;/div&gt;&lt;div&gt;+ImageUrl : string&lt;/div&gt;" style="verticalAlign=top;align=left;overflow=fill;html=1;whiteSpace=wrap;" parent="1" vertex="1">
                    <mxGeometry x="515" y="1490" width="210" height="120" as="geometry"/>
                </mxCell>
                <mxCell id="103" value="&lt;p style=&quot;margin:0px;margin-top:4px;text-align:center;&quot;&gt;&lt;b&gt;GetProductInfoResponse&lt;/b&gt;&lt;/p&gt;&lt;hr size=&quot;1&quot; style=&quot;border-style:solid;&quot;&gt;&lt;p style=&quot;color: rgb(63, 63, 63); scrollbar-color: rgb(226, 226, 226) rgb(251, 251, 251); margin: 0px 0px 0px 4px;&quot;&gt;&lt;span style=&quot;scrollbar-color: rgb(226, 226, 226) rgb(251, 251, 251); background-color: transparent; color: rgb(63, 63, 63);&quot;&gt;+ProductUuid:string&lt;/span&gt;&lt;/p&gt;&lt;p style=&quot;color: rgb(63, 63, 63); scrollbar-color: rgb(226, 226, 226) rgb(251, 251, 251); margin: 0px 0px 0px 4px;&quot;&gt;&lt;span style=&quot;scrollbar-color: rgb(226, 226, 226) rgb(251, 251, 251); background-color: transparent; color: rgb(63, 63, 63);&quot;&gt;+ProductName : string&lt;/span&gt;&lt;/p&gt;&lt;p style=&quot;color: rgb(63, 63, 63); scrollbar-color: rgb(226, 226, 226) rgb(251, 251, 251); margin: 0px 0px 0px 4px;&quot;&gt;+Price : int&lt;/p&gt;&lt;p style=&quot;color: rgb(63, 63, 63); scrollbar-color: rgb(226, 226, 226) rgb(251, 251, 251); margin: 0px 0px 0px 4px;&quot;&gt;+Stock : int&lt;/p&gt;&lt;p style=&quot;color: rgb(63, 63, 63); scrollbar-color: rgb(226, 226, 226) rgb(251, 251, 251); margin: 0px 0px 0px 4px;&quot;&gt;+CategoryId : string&lt;/p&gt;&lt;p style=&quot;color: rgb(63, 63, 63); scrollbar-color: rgb(226, 226, 226) rgb(251, 251, 251); margin: 0px 0px 0px 4px;&quot;&gt;+ImageUrl : IformFile&lt;/p&gt;&lt;p style=&quot;margin:0px;margin-left:4px;&quot;&gt;&lt;br&gt;&lt;/p&gt;&lt;hr size=&quot;1&quot; style=&quot;border-style:solid;&quot;&gt;&lt;p style=&quot;margin:0px;margin-left:4px;&quot;&gt;&lt;br&gt;&lt;/p&gt;" style="verticalAlign=top;align=left;overflow=fill;html=1;whiteSpace=wrap;" parent="1" vertex="1">
                    <mxGeometry x="122.5" y="1285" width="170" height="150" as="geometry"/>
                </mxCell>
                <mxCell id="105" value="&lt;p style=&quot;margin:0px;margin-top:4px;text-align:center;&quot;&gt;&lt;/p&gt;&lt;p style=&quot;margin:0px;margin-left:4px;&quot;&gt;&lt;b&gt;LoginViewModelAdapter&lt;/b&gt;&lt;/p&gt;&lt;p style=&quot;margin:0px;margin-left:4px;&quot;&gt;&lt;br&gt;&lt;/p&gt;&lt;hr size=&quot;1&quot; style=&quot;border-style:solid;&quot;&gt;&lt;p style=&quot;margin:0px;margin-left:4px;&quot;&gt;&lt;span style=&quot;color: rgb(63, 63, 63); scrollbar-color: rgb(226, 226, 226) rgb(251, 251, 251); background-color: transparent;&quot;&gt;+Convert&lt;/span&gt;&lt;/p&gt;&lt;p style=&quot;text-align: center; margin: 0px 0px 0px 4px;&quot;&gt;&lt;span style=&quot;color: rgb(63, 63, 63); scrollbar-color: rgb(226, 226, 226) rgb(251, 251, 251); background-color: transparent;&quot;&gt;(&lt;/span&gt;&lt;span style=&quot;scrollbar-color: rgb(226, 226, 226) rgb(251, 251, 251); background-color: transparent; text-align: center; color: rgb(63, 63, 63);&quot;&gt;&amp;nbsp;{Token, EmployeeAccount}&lt;/span&gt;&lt;span style=&quot;background-color: transparent; scrollbar-color: rgb(226, 226, 226) rgb(251, 251, 251); color: rgb(63, 63, 63);&quot;&gt;)&lt;/span&gt;&lt;span style=&quot;background-color: transparent; color: rgb(63, 63, 63);&quot;&gt;：TokenResponse&lt;/span&gt;&lt;/p&gt;" style="verticalAlign=top;align=left;overflow=fill;html=1;whiteSpace=wrap;" parent="1" vertex="1">
                    <mxGeometry x="2520" y="1120" width="240" height="120" as="geometry"/>
                </mxCell>
                <mxCell id="112" value="" style="endArrow=open;startArrow=circlePlus;endFill=0;startFill=0;endSize=8;html=1;" parent="1" source="102" target="101" edge="1">
                    <mxGeometry width="160" relative="1" as="geometry">
                        <mxPoint x="650" y="1450" as="sourcePoint"/>
                        <mxPoint x="810" y="1450" as="targetPoint"/>
                    </mxGeometry>
                </mxCell>
                <mxCell id="114" value="" style="endArrow=open;startArrow=circlePlus;endFill=0;startFill=0;endSize=8;html=1;" parent="1" source="99" target="98" edge="1">
                    <mxGeometry width="160" relative="1" as="geometry">
                        <mxPoint x="2170" y="1450" as="sourcePoint"/>
                        <mxPoint x="2330" y="1450" as="targetPoint"/>
                    </mxGeometry>
                </mxCell>
-                 <mxCell id="116" value="GetCategoryResponce" style="swimlane;fontStyle=1;align=center;verticalAlign=top;childLayout=stackLayout;horizontal=1;startSize=26;horizontalStack=0;resizeParent=1;resizeParentMax=0;resizeLast=0;collapsible=1;marginBottom=0;whiteSpace=wrap;html=1;" parent="1" vertex="1">
+                 <mxCell id="116" value="&lt;span style=&quot;color: rgb(63, 63, 63); font-weight: 400;&quot;&gt;GetCategoriesResponse&lt;/span&gt;" style="swimlane;fontStyle=1;align=center;verticalAlign=top;childLayout=stackLayout;horizontal=1;startSize=26;horizontalStack=0;resizeParent=1;resizeParentMax=0;resizeLast=0;collapsible=1;marginBottom=0;whiteSpace=wrap;html=1;" parent="1" vertex="1">
                    <mxGeometry x="-210" y="1330" width="260" height="60" as="geometry"/>
                </mxCell>
                <mxCell id="117" value="&lt;span style=&quot;color: rgb(63, 63, 63);&quot;&gt;+Categories: List&amp;lt;categoriesItem&amp;gt;&amp;nbsp;&lt;/span&gt;" style="text;strokeColor=none;fillColor=none;align=left;verticalAlign=top;spacingLeft=4;spacingRight=4;overflow=hidden;rotatable=0;points=[[0,0.5],[1,0.5]];portConstraint=eastwest;whiteSpace=wrap;html=1;" parent="116" vertex="1">
                    <mxGeometry y="26" width="260" height="26" as="geometry"/>
                </mxCell>
                <mxCell id="118" value="" style="line;strokeWidth=1;fillColor=none;align=left;verticalAlign=middle;spacingTop=-1;spacingLeft=3;spacingRight=3;rotatable=0;labelPosition=right;points=[];portConstraint=eastwest;strokeColor=inherit;" parent="116" vertex="1">
                    <mxGeometry y="52" width="260" height="8" as="geometry"/>
                </mxCell>
                <mxCell id="120" value="&lt;p style=&quot;margin:0px;margin-top:4px;text-align:center;&quot;&gt;&lt;span style=&quot;color: rgb(63, 63, 63);&quot;&gt;&lt;b&gt;CategoriesItem&lt;/b&gt;&lt;/span&gt;&lt;/p&gt;&lt;hr size=&quot;1&quot; style=&quot;border-style:solid;&quot;&gt;&lt;p style=&quot;margin:0px;margin-left:4px;&quot;&gt;&lt;/p&gt;&lt;p style=&quot;margin:0px;margin-left:4px;&quot;&gt;&lt;/p&gt;+CategoryUuid:string&lt;div&gt;&lt;font color=&quot;#000000&quot;&gt;+CategoryId:string&lt;br&gt;&lt;/font&gt;&lt;div&gt;+Name : string&amp;nbsp;&lt;/div&gt;&lt;/div&gt;" style="verticalAlign=top;align=left;overflow=fill;html=1;whiteSpace=wrap;" parent="1" vertex="1">
                    <mxGeometry x="-220" y="1460" width="210" height="120" as="geometry"/>
                </mxCell>
                <mxCell id="121" value="" style="endArrow=open;startArrow=circlePlus;endFill=0;startFill=0;endSize=8;html=1;exitX=0.5;exitY=0;exitDx=0;exitDy=0;" parent="1" source="120" edge="1">
                    <mxGeometry width="160" relative="1" as="geometry">
                        <mxPoint x="630" y="1460" as="sourcePoint"/>
                        <mxPoint x="-115" y="1390" as="targetPoint"/>
                    </mxGeometry>
                </mxCell>
            </root>
        </mxGraphModel>
    </diagram>
</mxfile>